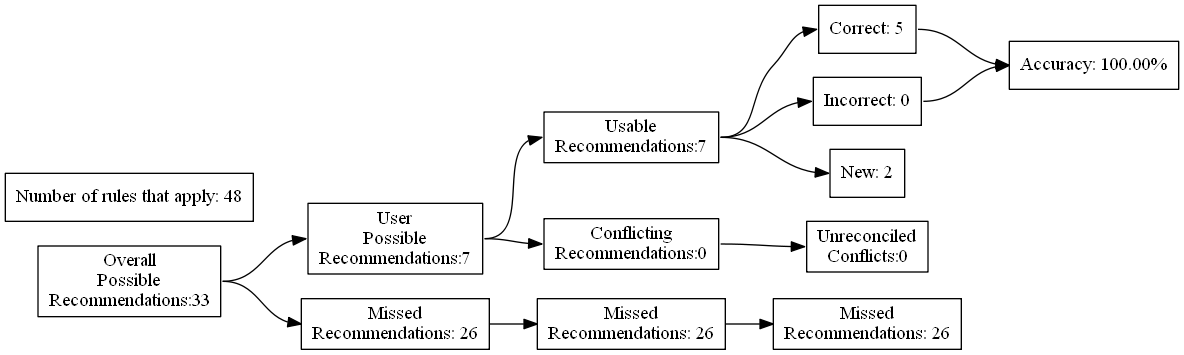
The Graphviz diagram test_renders/43.gv.png in ZaxR/ibd_diet_analysis, before a commit. Its source is kept beside it as test_renders/43.gv.
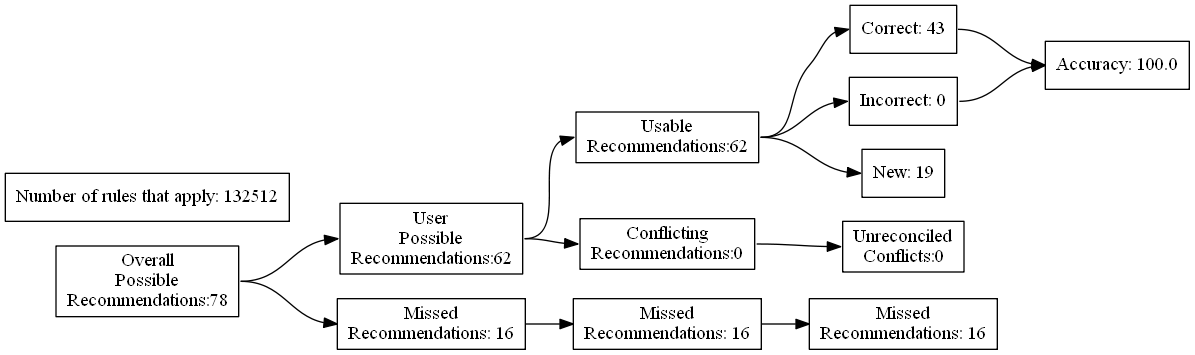
After the change.

The edit, as a diff of the source:
```diff
@@ -4,27 +4,27 @@
 	edge [headport=w tailport=e]
 		A [label="Overall
 Possible
-Recommendations:33"]
+Recommendations:78"]
 		B [label="User
 Possible
-Recommendations:7"]
+Recommendations:62"]
 		C [label="Missed
-Recommendations: 26"]
+Recommendations: 16"]
 		D [label="Usable
-Recommendations:7"]
+Recommendations:62"]
 		E [label="Conflicting
 Recommendations:0"]
 		J [label="Missed
-Recommendations: 26"]
+Recommendations: 16"]
 		M [label="Unreconciled
 Conflicts:0"]
-		F [label="Correct: 5"]
+		F [label="Correct: 43"]
 		G [label="Incorrect: 0"]
-		H [label="New: 2"]
+		H [label="New: 19"]
 		K [label="Missed
-Recommendations: 26"]
-		I [label="Accuracy: 100.00%"]
-		l [label="Number of rules that apply: 48"]
+Recommendations: 16"]
+		I [label="Accuracy: 100.0"]
+		l [label="Number of rules that apply: 132512"]
 			A -> B
 			A -> C
 			B -> D
```
